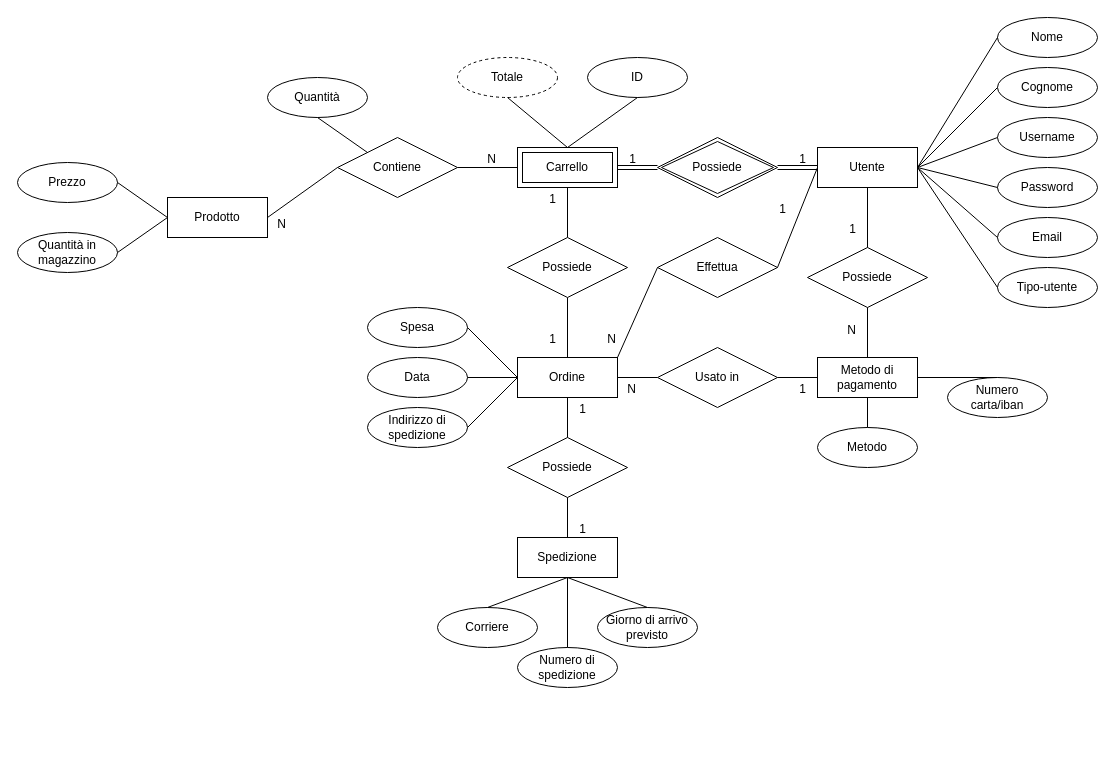
superfra01/GourmetSpices keeps this draw.io diagram as BD/GourmetSpices.drawio. Above is the earlier version. Source tidied: cells renumbered, new cells numbered last; positions are measured from the earlier drawing's top-left corner, leaving out a move shared by most shapes. Both pictures are drawn from the tidied source at 100%, with x=0, y=0 at pixel (17, 17).
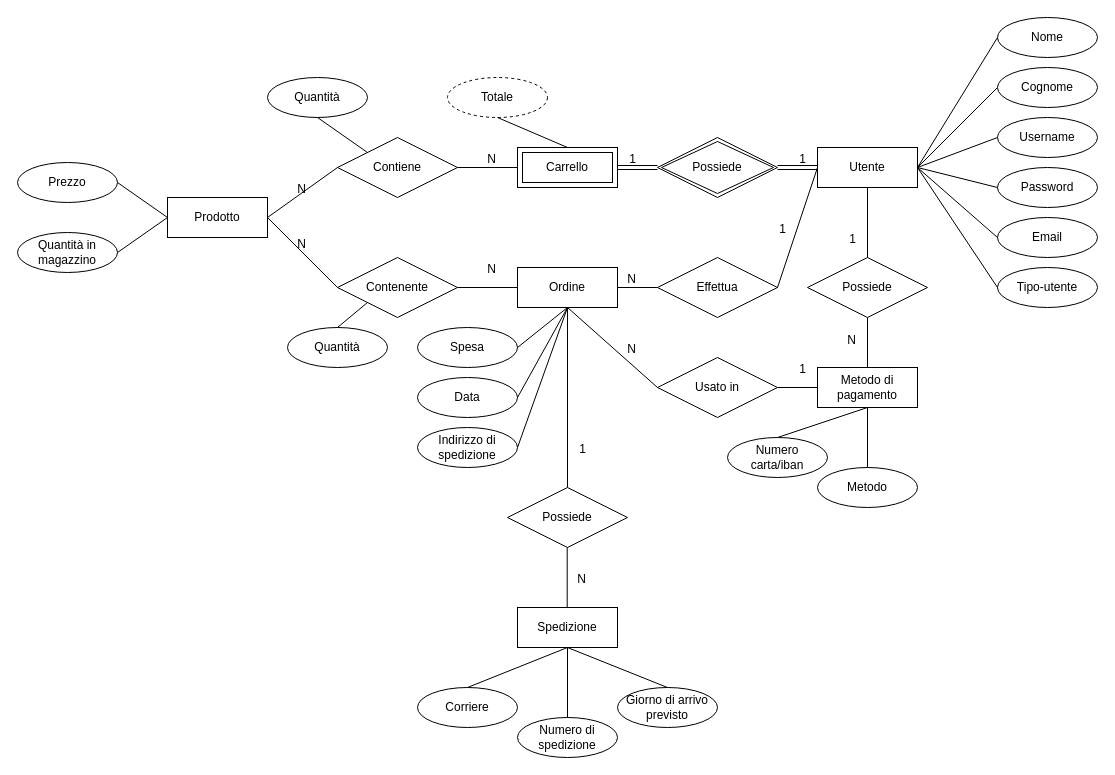
After the change.

Unchanged cells that the change refers to:
```xml
<mxCell id="2" value="Utente" style="whiteSpace=wrap;html=1;align=center;" parent="1" vertex="1">
  <mxGeometry x="800" y="130" width="100" height="40" as="geometry" />
</mxCell>
<mxCell id="15" value="Prodotto" style="whiteSpace=wrap;html=1;align=center;" parent="1" vertex="1">
  <mxGeometry x="150" y="180" width="100" height="40" as="geometry" />
</mxCell>
<mxCell id="17" value="Carrello" style="shape=ext;margin=3;double=1;whiteSpace=wrap;html=1;align=center;" parent="1" vertex="1">
  <mxGeometry x="500" y="130" width="100" height="40" as="geometry" />
</mxCell>
<mxCell id="19" style="shape=link;html=1;rounded=0;entryX=1;entryY=0.5;entryDx=0;entryDy=0;exitX=0;exitY=0.5;exitDx=0;exitDy=0;" parent="1" edge="1" source="18" target="17">
  <mxGeometry relative="1" as="geometry" />
</mxCell>
<mxCell id="21" style="shape=link;html=1;rounded=0;exitX=1;exitY=0.5;exitDx=0;exitDy=0;entryX=0;entryY=0.5;entryDx=0;entryDy=0;" parent="1" edge="1" source="18" target="2">
  <mxGeometry relative="1" as="geometry" />
</mxCell>
<mxCell id="23" style="endArrow=none;html=1;rounded=0;exitX=0;exitY=0.5;exitDx=0;exitDy=0;entryX=1;entryY=0.5;entryDx=0;entryDy=0;" parent="1" edge="1" source="16" target="15">
  <mxGeometry relative="1" as="geometry" />
</mxCell>
<mxCell id="25" style="endArrow=none;html=1;rounded=0;exitX=1;exitY=0.5;exitDx=0;exitDy=0;entryX=0;entryY=0.5;entryDx=0;entryDy=0;" parent="1" edge="1" source="16" target="17">
  <mxGeometry relative="1" as="geometry" />
</mxCell>
<mxCell id="28" style="endArrow=none;html=1;rounded=0;exitX=0;exitY=0.5;exitDx=0;exitDy=0;entryX=1;entryY=0.5;entryDx=0;entryDy=0;" parent="1" edge="1" source="2" target="27">
  <mxGeometry relative="1" as="geometry" />
</mxCell>
<mxCell id="40" style="endArrow=none;html=1;rounded=0;exitX=1;exitY=0.5;exitDx=0;exitDy=0;entryX=0;entryY=0.5;entryDx=0;entryDy=0;" parent="1" edge="1" source="37" target="35">
  <mxGeometry relative="1" as="geometry" />
</mxCell>
```

What changed in the source:
```diff
@@
-    <mxCell id="20" value="1" style="html=1;whiteSpace=wrap;align=right;verticalAlign=bottom;" parent="19" vertex="1">
-      <mxGeometry x="1" relative="1" as="geometry">
-        <mxPoint x="20" as="offset" />
-      </mxGeometry>
-    </mxCell>
+    <mxCell id="81" value="1" style="html=1;whiteSpace=wrap;align=right;verticalAlign=bottom;" parent="19" vertex="1">
+      <mxGeometry x="1" relative="1" as="geometry">
+        <mxPoint x="20" as="offset" />
+      </mxGeometry>
+    </mxCell>
@@
-    <mxCell id="22" value="1" style="html=1;whiteSpace=wrap;align=right;verticalAlign=bottom;" parent="21" vertex="1">
-      <mxGeometry x="1" relative="1" as="geometry">
-        <mxPoint x="-10" as="offset" />
-      </mxGeometry>
-    </mxCell>
+    <mxCell id="82" value="1" style="html=1;whiteSpace=wrap;align=right;verticalAlign=bottom;" parent="21" vertex="1">
+      <mxGeometry x="1" relative="1" as="geometry">
+        <mxPoint x="-10" as="offset" />
+      </mxGeometry>
+    </mxCell>
@@
-    <mxCell id="24" value="N" style="html=1;whiteSpace=wrap;align=right;verticalAlign=bottom;" parent="23" vertex="1">
-      <mxGeometry x="1" relative="1" as="geometry">
-        <mxPoint x="20" y="15" as="offset" />
-      </mxGeometry>
-    </mxCell>
+    <mxCell id="83" value="N" style="html=1;whiteSpace=wrap;align=right;verticalAlign=bottom;" parent="23" vertex="1">
+      <mxGeometry x="1" relative="1" as="geometry">
+        <mxPoint x="40" y="-20" as="offset" />
+      </mxGeometry>
+    </mxCell>
@@
-    <mxCell id="26" value="N" style="html=1;whiteSpace=wrap;align=right;verticalAlign=bottom;" parent="25" vertex="1">
-      <mxGeometry x="1" relative="1" as="geometry">
-        <mxPoint x="-20" as="offset" />
-      </mxGeometry>
-    </mxCell>
+    <mxCell id="84" value="N" style="html=1;whiteSpace=wrap;align=right;verticalAlign=bottom;" parent="25" vertex="1">
+      <mxGeometry x="1" relative="1" as="geometry">
+        <mxPoint x="-20" as="offset" />
+      </mxGeometry>
+    </mxCell>
     <mxCell id="27" value="Effettua" style="shape=rhombus;perimeter=rhombusPerimeter;whiteSpace=wrap;html=1;align=center;" parent="1" vertex="1">
-      <mxGeometry x="640" y="220" width="120" height="60" as="geometry" />
+      <mxGeometry x="640" y="240" width="120" height="60" as="geometry" />
     </mxCell>
@@
-    <mxCell id="29" value="1" style="html=1;whiteSpace=wrap;align=right;verticalAlign=bottom;" parent="28" vertex="1">
-      <mxGeometry x="1" relative="1" as="geometry">
-        <mxPoint x="10" y="-50" as="offset" />
-      </mxGeometry>
-    </mxCell>
+    <mxCell id="85" value="1" style="html=1;whiteSpace=wrap;align=right;verticalAlign=bottom;" parent="28" vertex="1">
+      <mxGeometry x="1" relative="1" as="geometry">
+        <mxPoint x="10" y="-50" as="offset" />
+      </mxGeometry>
+    </mxCell>
     <mxCell id="30" value="Ordine" style="whiteSpace=wrap;html=1;align=center;" parent="1" vertex="1">
-      <mxGeometry x="500" y="340" width="100" height="40" as="geometry" />
+      <mxGeometry x="500" y="250" width="100" height="40" as="geometry" />
     </mxCell>
-    <mxCell id="31" style="endArrow=none;html=1;rounded=0;exitX=1;exitY=0;exitDx=0;exitDy=0;entryX=0;entryY=0.5;entryDx=0;entryDy=0;" parent="1" edge="1" source="30" target="27">
+    <mxCell id="31" style="endArrow=none;html=1;rounded=0;exitX=1;exitY=0.5;exitDx=0;exitDy=0;entryX=0;entryY=0.5;entryDx=0;entryDy=0;" parent="1" edge="1" source="30" target="27">
       <mxGeometry relative="1" as="geometry" />
     </mxCell>
-    <mxCell id="32" value="1" style="html=1;whiteSpace=wrap;align=right;verticalAlign=bottom;" parent="31" vertex="1">
-      <mxGeometry x="1" relative="1" as="geometry">
-        <mxPoint x="-100" y="-60" as="offset" />
-      </mxGeometry>
-    </mxCell>
-    <mxCell id="33" style="endArrow=none;html=1;rounded=0;exitX=0.5;exitY=1;exitDx=0;exitDy=0;entryX=0.5;entryY=0;entryDx=0;entryDy=0;" parent="1" edge="1" source="80" target="30">
-      <mxGeometry relative="1" as="geometry" />
-    </mxCell>
-    <mxCell id="34" value="1" style="html=1;whiteSpace=wrap;align=right;verticalAlign=bottom;" parent="33" vertex="1">
-      <mxGeometry x="1" relative="1" as="geometry">
-        <mxPoint x="-10" y="-10" as="offset" />
-      </mxGeometry>
-    </mxCell>
+    <mxCell id="86" value="N" style="html=1;whiteSpace=wrap;align=right;verticalAlign=bottom;" parent="31" vertex="1">
+      <mxGeometry x="1" relative="1" as="geometry">
+        <mxPoint x="-20" as="offset" />
+      </mxGeometry>
+    </mxCell>
+    <mxCell id="87" value="Contenente" style="shape=rhombus;perimeter=rhombusPerimeter;whiteSpace=wrap;html=1;align=center;" parent="1" vertex="1">
+      <mxGeometry x="320" y="240" width="120" height="60" as="geometry" />
+    </mxCell>
+    <mxCell id="88" style="endArrow=none;html=1;rounded=0;exitX=1;exitY=0.5;exitDx=0;exitDy=0;entryX=0;entryY=0.5;entryDx=0;entryDy=0;" parent="1" edge="1" source="87" target="30">
+      <mxGeometry relative="1" as="geometry" />
+    </mxCell>
+    <mxCell id="89" value="N" style="html=1;whiteSpace=wrap;align=right;verticalAlign=bottom;" parent="88" vertex="1">
+      <mxGeometry x="1" relative="1" as="geometry">
+        <mxPoint x="-20" y="-10" as="offset" />
+      </mxGeometry>
+    </mxCell>
+    <mxCell id="90" style="endArrow=none;html=1;rounded=0;exitX=1;exitY=0.5;exitDx=0;exitDy=0;entryX=0;entryY=0.5;entryDx=0;entryDy=0;" parent="1" edge="1" source="15" target="87">
+      <mxGeometry relative="1" as="geometry" />
+    </mxCell>
+    <mxCell id="91" value="N" style="html=1;whiteSpace=wrap;align=right;verticalAlign=bottom;" parent="90" vertex="1">
+      <mxGeometry x="1" relative="1" as="geometry">
+        <mxPoint x="-30" y="-35" as="offset" />
+      </mxGeometry>
+    </mxCell>
     <mxCell id="35" value="Metodo di pagamento" style="whiteSpace=wrap;html=1;align=center;" parent="1" vertex="1">
-      <mxGeometry x="800" y="340" width="100" height="40" as="geometry" />
+      <mxGeometry x="800" y="350" width="100" height="40" as="geometry" />
     </mxCell>
-    <mxCell id="36" value="Possiede" style="shape=rhombus;perimeter=rhombusPerimeter;whiteSpace=wrap;html=1;align=center;" parent="1" vertex="1">
-      <mxGeometry x="790" y="230" width="120" height="60" as="geometry" />
-    </mxCell>
+    <mxCell id="92" value="Possiede" style="shape=rhombus;perimeter=rhombusPerimeter;whiteSpace=wrap;html=1;align=center;" parent="1" vertex="1">
+      <mxGeometry x="790" y="240" width="120" height="60" as="geometry" />
+    </mxCell>
     <mxCell id="37" value="Usato in" style="shape=rhombus;perimeter=rhombusPerimeter;whiteSpace=wrap;html=1;align=center;" parent="1" vertex="1">
-      <mxGeometry x="640" y="330" width="120" height="60" as="geometry" />
+      <mxGeometry x="640" y="340" width="120" height="60" as="geometry" />
     </mxCell>
-    <mxCell id="38" style="endArrow=none;html=1;rounded=0;exitX=1;exitY=0.5;exitDx=0;exitDy=0;entryX=0;entryY=0.5;entryDx=0;entryDy=0;" parent="1" edge="1" source="30" target="37">
+    <mxCell id="38" style="endArrow=none;html=1;rounded=0;exitX=0.5;exitY=1;exitDx=0;exitDy=0;entryX=0;entryY=0.5;entryDx=0;entryDy=0;" parent="1" edge="1" source="30" target="37">
       <mxGeometry relative="1" as="geometry" />
     </mxCell>
-    <mxCell id="39" value="N" style="html=1;whiteSpace=wrap;align=right;verticalAlign=bottom;" parent="38" vertex="1">
-      <mxGeometry x="1" relative="1" as="geometry">
-        <mxPoint x="-40" y="-30" as="offset" />
-      </mxGeometry>
-    </mxCell>
+    <mxCell id="93" value="N" style="html=1;whiteSpace=wrap;align=right;verticalAlign=bottom;" parent="38" vertex="1">
+      <mxGeometry x="1" relative="1" as="geometry">
+        <mxPoint x="-20" y="-30" as="offset" />
+      </mxGeometry>
+    </mxCell>
@@
-    <mxCell id="41" value="1" style="html=1;whiteSpace=wrap;align=right;verticalAlign=bottom;" parent="40" vertex="1">
-      <mxGeometry x="1" relative="1" as="geometry">
-        <mxPoint x="-10" y="20" as="offset" />
-      </mxGeometry>
-    </mxCell>
-    <mxCell id="42" style="endArrow=none;html=1;rounded=0;exitX=0.5;exitY=0;exitDx=0;exitDy=0;entryX=0.5;entryY=1;entryDx=0;entryDy=0;" parent="1" edge="1" source="35" target="36">
-      <mxGeometry relative="1" as="geometry" />
-    </mxCell>
-    <mxCell id="43" value="N" style="html=1;whiteSpace=wrap;align=right;verticalAlign=bottom;" parent="42" vertex="1">
-      <mxGeometry x="1" relative="1" as="geometry">
-        <mxPoint x="-10" y="31" as="offset" />
-      </mxGeometry>
-    </mxCell>
-    <mxCell id="44" style="endArrow=none;html=1;rounded=0;exitX=0.5;exitY=1;exitDx=0;exitDy=0;entryX=0.5;entryY=0;entryDx=0;entryDy=0;" parent="1" edge="1" source="2" target="36">
-      <mxGeometry relative="1" as="geometry" />
-    </mxCell>
-    <mxCell id="45" value="1" style="html=1;whiteSpace=wrap;align=right;verticalAlign=bottom;" parent="44" vertex="1">
-      <mxGeometry x="1" relative="1" as="geometry">
-        <mxPoint x="-10" y="-10" as="offset" />
-      </mxGeometry>
-    </mxCell>
+    <mxCell id="94" value="1" style="html=1;whiteSpace=wrap;align=right;verticalAlign=bottom;" parent="40" vertex="1">
+      <mxGeometry x="1" relative="1" as="geometry">
+        <mxPoint x="-10" y="-10" as="offset" />
+      </mxGeometry>
+    </mxCell>
+    <mxCell id="95" style="endArrow=none;html=1;rounded=0;exitX=0.5;exitY=0;exitDx=0;exitDy=0;entryX=0.5;entryY=1;entryDx=0;entryDy=0;" parent="1" edge="1" source="35" target="92">
+      <mxGeometry relative="1" as="geometry" />
+    </mxCell>
+    <mxCell id="96" value="N" style="html=1;whiteSpace=wrap;align=right;verticalAlign=bottom;" parent="95" vertex="1">
+      <mxGeometry x="1" relative="1" as="geometry">
+        <mxPoint x="-10" y="31" as="offset" />
+      </mxGeometry>
+    </mxCell>
+    <mxCell id="97" style="endArrow=none;html=1;rounded=0;exitX=0.5;exitY=1;exitDx=0;exitDy=0;entryX=0.5;entryY=0;entryDx=0;entryDy=0;" parent="1" edge="1" source="2" target="92">
+      <mxGeometry relative="1" as="geometry" />
+    </mxCell>
+    <mxCell id="98" value="1" style="html=1;whiteSpace=wrap;align=right;verticalAlign=bottom;" parent="97" vertex="1">
+      <mxGeometry x="1" relative="1" as="geometry">
+        <mxPoint x="-10" y="-10" as="offset" />
+      </mxGeometry>
+    </mxCell>
+    <mxCell id="99" value="Quantità" style="ellipse;whiteSpace=wrap;html=1;align=center;" parent="1" vertex="1">
+      <mxGeometry x="270" y="310" width="100" height="40" as="geometry" />
+    </mxCell>
+    <mxCell id="100" style="endArrow=none;html=1;rounded=0;exitX=0.5;exitY=0;exitDx=0;exitDy=0;entryX=0;entryY=1;entryDx=0;entryDy=0;" parent="1" edge="1" source="99" target="87">
+      <mxGeometry relative="1" as="geometry" />
+    </mxCell>
@@
     <mxCell id="47" value="Spesa" style="ellipse;whiteSpace=wrap;html=1;align=center;" parent="1" vertex="1">
-      <mxGeometry x="350" y="290" width="100" height="40" as="geometry" />
+      <mxGeometry x="400" y="310" width="100" height="40" as="geometry" />
     </mxCell>
@@
     <mxCell id="49" value="Totale" style="ellipse;whiteSpace=wrap;html=1;align=center;dashed=1;" parent="1" vertex="1">
-      <mxGeometry x="440" y="40" width="100" height="40" as="geometry" />
+      <mxGeometry x="430" y="60" width="100" height="40" as="geometry" />
     </mxCell>
@@
-    <mxCell id="51" style="endArrow=none;html=1;rounded=0;exitX=1;exitY=0.5;exitDx=0;exitDy=0;entryX=0;entryY=0.5;entryDx=0;entryDy=0;" parent="1" edge="1" source="47" target="30">
+    <mxCell id="51" style="endArrow=none;html=1;rounded=0;exitX=1;exitY=0.5;exitDx=0;exitDy=0;entryX=0.5;entryY=1;entryDx=0;entryDy=0;" parent="1" edge="1" source="47" target="30">
       <mxGeometry relative="1" as="geometry" />
     </mxCell>
@@
     <mxCell id="56" value="Data" style="ellipse;whiteSpace=wrap;html=1;align=center;" parent="1" vertex="1">
-      <mxGeometry x="350" y="340" width="100" height="40" as="geometry" />
+      <mxGeometry x="400" y="360" width="100" height="40" as="geometry" />
     </mxCell>
-    <mxCell id="57" style="endArrow=none;html=1;rounded=0;exitX=0;exitY=0.5;exitDx=0;exitDy=0;entryX=1;entryY=0.5;entryDx=0;entryDy=0;" parent="1" edge="1" source="30" target="56">
+    <mxCell id="57" style="endArrow=none;html=1;rounded=0;exitX=0.5;exitY=1;exitDx=0;exitDy=0;entryX=1;entryY=0.5;entryDx=0;entryDy=0;" parent="1" edge="1" source="30" target="56">
       <mxGeometry relative="1" as="geometry" />
     </mxCell>
     <mxCell id="58" value="Indirizzo di spedizione" style="ellipse;whiteSpace=wrap;html=1;align=center;" parent="1" vertex="1">
-      <mxGeometry x="350" y="390" width="100" height="40" as="geometry" />
+      <mxGeometry x="400" y="410" width="100" height="40" as="geometry" />
     </mxCell>
-    <mxCell id="59" style="endArrow=none;html=1;rounded=0;exitX=0;exitY=0.5;exitDx=0;exitDy=0;entryX=1;entryY=0.5;entryDx=0;entryDy=0;" parent="1" edge="1" source="30" target="58">
+    <mxCell id="59" style="endArrow=none;html=1;rounded=0;exitX=0.5;exitY=1;exitDx=0;exitDy=0;entryX=1;entryY=0.5;entryDx=0;entryDy=0;" parent="1" edge="1" source="30" target="58">
       <mxGeometry relative="1" as="geometry" />
     </mxCell>
     <mxCell id="60" value="Numero carta/iban" style="ellipse;whiteSpace=wrap;html=1;align=center;" parent="1" vertex="1">
-      <mxGeometry x="930" y="360" width="100" height="40" as="geometry" />
+      <mxGeometry x="710" y="420" width="100" height="40" as="geometry" />
     </mxCell>
     <mxCell id="61" value="Metodo" style="ellipse;whiteSpace=wrap;html=1;align=center;" parent="1" vertex="1">
-      <mxGeometry x="800" y="410" width="100" height="40" as="geometry" />
+      <mxGeometry x="800" y="450" width="100" height="40" as="geometry" />
     </mxCell>
-    <mxCell id="62" style="endArrow=none;html=1;rounded=0;exitX=0.5;exitY=0;exitDx=0;exitDy=0;entryX=1;entryY=0.5;entryDx=0;entryDy=0;" parent="1" edge="1" source="60" target="35">
+    <mxCell id="62" style="endArrow=none;html=1;rounded=0;exitX=0.5;exitY=0;exitDx=0;exitDy=0;entryX=0.5;entryY=1;entryDx=0;entryDy=0;" parent="1" edge="1" source="60" target="35">
       <mxGeometry relative="1" as="geometry" />
     </mxCell>
@@
     <mxCell id="64" value="Spedizione" style="whiteSpace=wrap;html=1;align=center;" parent="1" vertex="1">
-      <mxGeometry x="500" y="520" width="100" height="40" as="geometry" />
+      <mxGeometry x="500" y="590" width="100" height="40" as="geometry" />
     </mxCell>
-    <mxCell id="65" value="Possiede" style="shape=rhombus;perimeter=rhombusPerimeter;whiteSpace=wrap;html=1;align=center;" parent="1" vertex="1">
-      <mxGeometry x="490" y="420" width="120" height="60" as="geometry" />
-    </mxCell>
-    <mxCell id="66" style="endArrow=none;html=1;rounded=0;exitX=0.5;exitY=1;exitDx=0;exitDy=0;entryX=0.5;entryY=0;entryDx=0;entryDy=0;" parent="1" edge="1" source="30" target="65">
-      <mxGeometry relative="1" as="geometry" />
-    </mxCell>
-    <mxCell id="67" value="1" style="html=1;whiteSpace=wrap;align=right;verticalAlign=bottom;" parent="66" vertex="1">
-      <mxGeometry x="1" relative="1" as="geometry">
-        <mxPoint x="20" y="-20" as="offset" />
-      </mxGeometry>
-    </mxCell>
+    <mxCell id="101" value="Possiede" style="shape=rhombus;perimeter=rhombusPerimeter;whiteSpace=wrap;html=1;align=center;" parent="1" vertex="1">
+      <mxGeometry x="490" y="470" width="120" height="60" as="geometry" />
+    </mxCell>
+    <mxCell id="102" style="endArrow=none;html=1;rounded=0;exitX=0.5;exitY=1;exitDx=0;exitDy=0;entryX=0.5;entryY=0;entryDx=0;entryDy=0;" parent="1" edge="1" source="30" target="101">
+      <mxGeometry relative="1" as="geometry" />
+    </mxCell>
+    <mxCell id="103" value="1" style="html=1;whiteSpace=wrap;align=right;verticalAlign=bottom;" parent="102" vertex="1">
+      <mxGeometry x="1" relative="1" as="geometry">
+        <mxPoint x="20" y="-30" as="offset" />
+      </mxGeometry>
+    </mxCell>
+    <mxCell id="104" style="endArrow=none;html=1;rounded=0;exitX=0.5;exitY=1;exitDx=0;exitDy=0;entryX=0.5;entryY=0;entryDx=0;entryDy=0;" parent="1" edge="1">
+      <mxGeometry relative="1" as="geometry">
+        <mxPoint x="549.7" y="530" as="sourcePoint" />
+        <mxPoint x="549.7" y="590" as="targetPoint" />
+      </mxGeometry>
+    </mxCell>
+    <mxCell id="105" value="N" style="html=1;whiteSpace=wrap;align=right;verticalAlign=bottom;" parent="104" vertex="1">
+      <mxGeometry x="1" relative="1" as="geometry">
+        <mxPoint x="20" y="-20" as="offset" />
+      </mxGeometry>
+    </mxCell>
     <mxCell id="68" value="Corriere" style="ellipse;whiteSpace=wrap;html=1;align=center;" parent="1" vertex="1">
-      <mxGeometry x="420" y="590" width="100" height="40" as="geometry" />
+      <mxGeometry x="400" y="670" width="100" height="40" as="geometry" />
     </mxCell>
     <mxCell id="69" value="Numero di spedizione" style="ellipse;whiteSpace=wrap;html=1;align=center;" parent="1" vertex="1">
-      <mxGeometry x="500" y="630" width="100" height="40" as="geometry" />
+      <mxGeometry x="500" y="700" width="100" height="40" as="geometry" />
     </mxCell>
     <mxCell id="70" value="Giorno di arrivo previsto" style="ellipse;whiteSpace=wrap;html=1;align=center;" parent="1" vertex="1">
-      <mxGeometry x="580" y="590" width="100" height="40" as="geometry" />
+      <mxGeometry x="600" y="670" width="100" height="40" as="geometry" />
     </mxCell>
@@
-    <mxCell id="74" value="N" style="html=1;whiteSpace=wrap;align=right;verticalAlign=bottom;" parent="1" vertex="1">
-      <mxGeometry x="620" y="380" as="geometry" />
-    </mxCell>
-    <mxCell id="75" style="endArrow=none;html=1;rounded=0;exitX=0.5;exitY=0;exitDx=0;exitDy=0;entryX=0.5;entryY=1;entryDx=0;entryDy=0;" parent="1" edge="1" source="64" target="65">
-      <mxGeometry relative="1" as="geometry" />
-    </mxCell>
-    <mxCell id="76" value="1" style="html=1;whiteSpace=wrap;align=right;verticalAlign=bottom;" parent="1" vertex="1">
-      <mxGeometry x="570" y="520" as="geometry" />
-    </mxCell>
-    <mxCell id="77" value="ID" style="ellipse;whiteSpace=wrap;html=1;align=center;" parent="1" vertex="1">
-      <mxGeometry x="570" y="40" width="100" height="40" as="geometry" />
-    </mxCell>
-    <mxCell id="78" style="endArrow=none;html=1;rounded=0;exitX=0.5;exitY=0;exitDx=0;exitDy=0;entryX=0.5;entryY=1;entryDx=0;entryDy=0;" parent="1" edge="1" source="17" target="77">
-      <mxGeometry relative="1" as="geometry" />
-    </mxCell>
-    <mxCell id="79" style="endArrow=none;html=1;rounded=0;exitX=0.5;exitY=1;exitDx=0;exitDy=0;entryX=0.5;entryY=0;entryDx=0;entryDy=0;" parent="1" edge="1" source="17" target="80">
-      <mxGeometry relative="1" as="geometry" />
-    </mxCell>
-    <mxCell id="80" value="Possiede" style="shape=rhombus;perimeter=rhombusPerimeter;whiteSpace=wrap;html=1;align=center;" parent="1" vertex="1">
-      <mxGeometry x="490" y="220" width="120" height="60" as="geometry" />
-    </mxCell>
```
